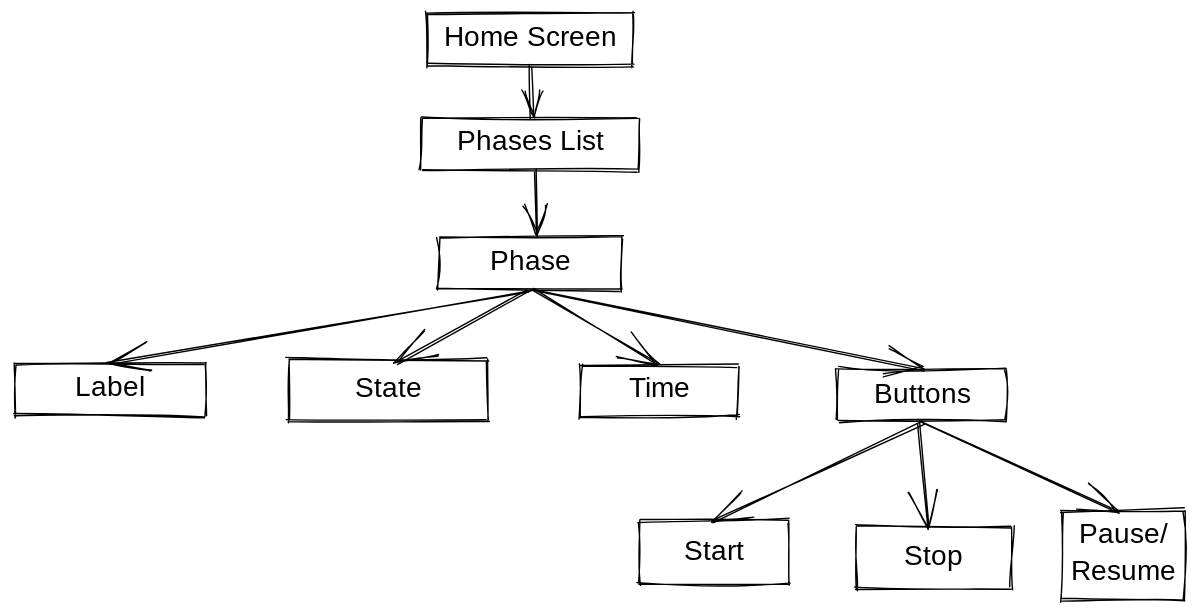
Earlier version of the Excalidraw export .gitbook/assets/file.drawing.svg (AbhyasKanaujia/My-Development-Notebook). Source tidied: one line per element, renumbered; positions are measured from the earlier drawing's top-left corner, leaving out a move shared by most shapes. The source it was exported from:
```json
{"id": 0, "type": "rectangle", "strokeColor": "#000000", "strokeWidth": 1, "roughness": 1, "x": 295, "y": 0, "width": 147, "height": 37}
{"id": 1, "type": "text", "text": "Home Screen", "strokeColor": "#000000", "strokeWidth": 1, "roughness": 1, "fontSize": 20, "fontFamily": 1, "textAlign": "center", "verticalAlign": "middle", "inside": 0, "x": 300, "y": 5, "width": 137, "height": 27}
{"id": 2, "type": "rectangle", "strokeColor": "#000000", "strokeWidth": 1, "roughness": 1, "x": 291, "y": 74, "width": 156, "height": 37}
{"id": 3, "type": "text", "text": "Phases List", "strokeColor": "#000000", "strokeWidth": 1, "roughness": 1, "fontSize": 20, "fontFamily": 1, "textAlign": "center", "verticalAlign": "middle", "inside": 2, "x": 296, "y": 79, "width": 146, "height": 27}
{"id": 4, "type": "rectangle", "strokeColor": "#000000", "strokeWidth": 1, "roughness": 1, "x": 303, "y": 160, "width": 131, "height": 37}
{"id": 5, "type": "text", "text": "Phase", "strokeColor": "#000000", "strokeWidth": 1, "roughness": 1, "fontSize": 20, "fontFamily": 1, "textAlign": "center", "verticalAlign": "middle", "inside": 4, "x": 308, "y": 165, "width": 121, "height": 27}
{"id": 6, "type": "rectangle", "strokeColor": "#000000", "strokeWidth": 1, "roughness": 1, "x": 0, "y": 250, "width": 137, "height": 37}
{"id": 7, "type": "text", "text": "Label", "strokeColor": "#000000", "strokeWidth": 1, "roughness": 1, "fontSize": 20, "fontFamily": 1, "textAlign": "center", "verticalAlign": "middle", "inside": 6, "x": 5, "y": 255, "width": 127, "height": 27}
{"id": 8, "type": "rectangle", "strokeColor": "#000000", "strokeWidth": 1, "roughness": 1, "x": 196, "y": 247, "width": 143, "height": 44}
{"id": 9, "type": "text", "text": "State", "strokeColor": "#000000", "strokeWidth": 1, "roughness": 1, "fontSize": 20, "fontFamily": 1, "textAlign": "center", "verticalAlign": "middle", "inside": 8, "x": 201, "y": 256, "width": 133, "height": 27}
{"id": 10, "type": "rectangle", "strokeColor": "#000000", "strokeWidth": 1, "roughness": 1, "x": 404, "y": 251, "width": 113, "height": 37}
{"id": 11, "type": "text", "text": "Time", "strokeColor": "#000000", "strokeWidth": 1, "roughness": 1, "fontSize": 20, "fontFamily": 1, "textAlign": "center", "verticalAlign": "middle", "inside": 10, "x": 409, "y": 256, "width": 103, "height": 27}
{"id": 12, "type": "rectangle", "strokeColor": "#000000", "strokeWidth": 1, "roughness": 1, "x": 588, "y": 254, "width": 121, "height": 37}
{"id": 13, "type": "text", "text": "Buttons", "strokeColor": "#000000", "strokeWidth": 1, "roughness": 1, "fontSize": 20, "fontFamily": 1, "textAlign": "center", "verticalAlign": "middle", "inside": 12, "x": 593, "y": 260, "width": 111, "height": 27}
{"id": 14, "type": "rectangle", "strokeColor": "#000000", "strokeWidth": 1, "roughness": 1, "x": 447, "y": 362, "width": 107, "height": 46}
{"id": 15, "type": "text", "text": "Start", "strokeColor": "#000000", "strokeWidth": 1, "roughness": 1, "fontSize": 20, "fontFamily": 1, "textAlign": "center", "verticalAlign": "middle", "inside": 14, "x": 452, "y": 372, "width": 97, "height": 27}
{"id": 16, "type": "rectangle", "strokeColor": "#000000", "strokeWidth": 1, "roughness": 1, "x": 601, "y": 366, "width": 111, "height": 44}
{"id": 17, "type": "text", "text": "Stop", "strokeColor": "#000000", "strokeWidth": 1, "roughness": 1, "fontSize": 20, "fontFamily": 1, "textAlign": "center", "verticalAlign": "middle", "inside": 16, "x": 606, "y": 376, "width": 101, "height": 27}
{"id": 18, "type": "rectangle", "strokeColor": "#000000", "strokeWidth": 1, "roughness": 1, "x": 748, "y": 355, "width": 89, "height": 64}
{"id": 19, "type": "text", "text": "Pause/\nResume", "strokeColor": "#000000", "strokeWidth": 1, "roughness": 1, "fontSize": 20, "fontFamily": 1, "textAlign": "center", "verticalAlign": "middle", "inside": 18, "x": 753, "y": 360, "width": 79, "height": 54}
{"id": 20, "type": "arrow", "strokeColor": "#000000", "strokeWidth": 1, "roughness": 1, "endArrowhead": "arrow", "from": 0, "x": 369, "y": 37, "width": 1, "height": 37, "points": [[0, 0], [1, 37]]}
{"id": 21, "type": "arrow", "strokeColor": "#000000", "strokeWidth": 1, "roughness": 1, "endArrowhead": "arrow", "from": 2, "to": 4, "x": 372, "y": 111, "width": 1, "height": 47, "points": [[0, 0], [1, 47]]}
{"id": 22, "type": "arrow", "strokeColor": "#000000", "strokeWidth": 1, "roughness": 1, "endArrowhead": "arrow", "from": 4, "to": 6, "x": 368, "y": 199, "width": 301, "height": 51, "points": [[0, 0], [-301, 51]]}
{"id": 23, "type": "arrow", "strokeColor": "#000000", "strokeWidth": 1, "roughness": 1, "endArrowhead": "arrow", "from": 4, "x": 368, "y": 198, "width": 95, "height": 52, "points": [[0, 0], [-95, 52]]}
{"id": 24, "type": "arrow", "strokeColor": "#000000", "strokeWidth": 1, "roughness": 1, "endArrowhead": "arrow", "to": 10, "x": 370, "y": 196, "width": 89, "height": 54, "points": [[0, 0], [89, 54]]}
{"id": 25, "type": "arrow", "strokeColor": "#000000", "strokeWidth": 1, "roughness": 1, "endArrowhead": "arrow", "from": 4, "x": 372, "y": 197, "width": 278, "height": 57, "points": [[0, 0], [278, 57]]}
{"id": 26, "type": "arrow", "strokeColor": "#000000", "strokeWidth": 1, "roughness": 1, "endArrowhead": "arrow", "from": 12, "x": 649, "y": 292, "width": 151, "height": 71, "points": [[0, 0], [-151, 71]]}
{"id": 27, "type": "arrow", "strokeColor": "#000000", "strokeWidth": 1, "roughness": 1, "endArrowhead": "arrow", "from": 12, "x": 647, "y": 292, "width": 7, "height": 75, "points": [[0, 0], [7, 75]]}
{"id": 28, "type": "arrow", "strokeColor": "#000000", "strokeWidth": 1, "roughness": 1, "endArrowhead": "arrow", "from": 12, "x": 648, "y": 292, "width": 140, "height": 64, "points": [[0, 0], [140, 64]]}
```
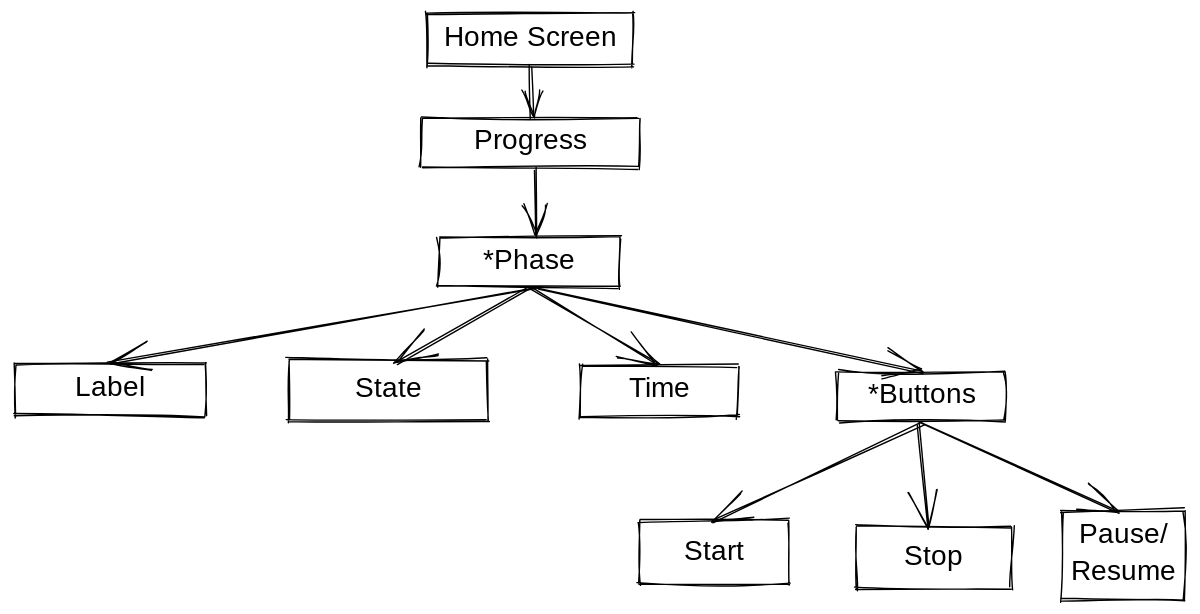
Later version of the same file.

Diff of the diagram source:
```diff
@@ -1,17 +1,17 @@
 {"id": 0, "type": "rectangle", "strokeColor": "#000000", "strokeWidth": 1, "roughness": 1, "x": 295, "y": 0, "width": 147, "height": 37}
 {"id": 1, "type": "text", "text": "Home Screen", "strokeColor": "#000000", "strokeWidth": 1, "roughness": 1, "fontSize": 20, "fontFamily": 1, "textAlign": "center", "verticalAlign": "middle", "inside": 0, "x": 300, "y": 5, "width": 137, "height": 27}
-{"id": 2, "type": "rectangle", "strokeColor": "#000000", "strokeWidth": 1, "roughness": 1, "x": 291, "y": 74, "width": 156, "height": 37}
+{"id": 2, "type": "rectangle", "strokeColor": "#000000", "strokeWidth": 1, "roughness": 1, "x": 291, "y": 74, "width": 156, "height": 35}
-{"id": 3, "type": "text", "text": "Phases List", "strokeColor": "#000000", "strokeWidth": 1, "roughness": 1, "fontSize": 20, "fontFamily": 1, "textAlign": "center", "verticalAlign": "middle", "inside": 2, "x": 296, "y": 79, "width": 146, "height": 27}
+{"id": 3, "type": "text", "text": "Progress", "strokeColor": "#000000", "strokeWidth": 1, "roughness": 1, "fontSize": 20, "fontFamily": 1, "textAlign": "center", "verticalAlign": "middle", "inside": 2, "x": 296, "y": 79, "width": 146, "height": 25}
-{"id": 4, "type": "rectangle", "strokeColor": "#000000", "strokeWidth": 1, "roughness": 1, "x": 303, "y": 160, "width": 131, "height": 37}
+{"id": 4, "type": "rectangle", "strokeColor": "#000000", "strokeWidth": 1, "roughness": 1, "x": 303, "y": 160, "width": 130, "height": 35}
-{"id": 5, "type": "text", "text": "Phase", "strokeColor": "#000000", "strokeWidth": 1, "roughness": 1, "fontSize": 20, "fontFamily": 1, "textAlign": "center", "verticalAlign": "middle", "inside": 4, "x": 308, "y": 165, "width": 121, "height": 27}
+{"id": 5, "type": "text", "text": "*Phase", "strokeColor": "#000000", "strokeWidth": 1, "roughness": 1, "fontSize": 20, "fontFamily": 1, "textAlign": "center", "verticalAlign": "middle", "inside": 4, "x": 308, "y": 165, "width": 120, "height": 25}
 {"id": 6, "type": "rectangle", "strokeColor": "#000000", "strokeWidth": 1, "roughness": 1, "x": 0, "y": 250, "width": 137, "height": 37}
 {"id": 7, "type": "text", "text": "Label", "strokeColor": "#000000", "strokeWidth": 1, "roughness": 1, "fontSize": 20, "fontFamily": 1, "textAlign": "center", "verticalAlign": "middle", "inside": 6, "x": 5, "y": 255, "width": 127, "height": 27}
 {"id": 8, "type": "rectangle", "strokeColor": "#000000", "strokeWidth": 1, "roughness": 1, "x": 196, "y": 247, "width": 143, "height": 44}
 {"id": 9, "type": "text", "text": "State", "strokeColor": "#000000", "strokeWidth": 1, "roughness": 1, "fontSize": 20, "fontFamily": 1, "textAlign": "center", "verticalAlign": "middle", "inside": 8, "x": 201, "y": 256, "width": 133, "height": 27}
 {"id": 10, "type": "rectangle", "strokeColor": "#000000", "strokeWidth": 1, "roughness": 1, "x": 404, "y": 251, "width": 113, "height": 37}
 {"id": 11, "type": "text", "text": "Time", "strokeColor": "#000000", "strokeWidth": 1, "roughness": 1, "fontSize": 20, "fontFamily": 1, "textAlign": "center", "verticalAlign": "middle", "inside": 10, "x": 409, "y": 256, "width": 103, "height": 27}
-{"id": 12, "type": "rectangle", "strokeColor": "#000000", "strokeWidth": 1, "roughness": 1, "x": 588, "y": 254, "width": 121, "height": 37}
+{"id": 12, "type": "rectangle", "strokeColor": "#000000", "strokeWidth": 1, "roughness": 1, "x": 588, "y": 256, "width": 120, "height": 35}
-{"id": 13, "type": "text", "text": "Buttons", "strokeColor": "#000000", "strokeWidth": 1, "roughness": 1, "fontSize": 20, "fontFamily": 1, "textAlign": "center", "verticalAlign": "middle", "inside": 12, "x": 593, "y": 260, "width": 111, "height": 27}
+{"id": 13, "type": "text", "text": "*Buttons", "strokeColor": "#000000", "strokeWidth": 1, "roughness": 1, "fontSize": 20, "fontFamily": 1, "textAlign": "center", "verticalAlign": "middle", "inside": 12, "x": 593, "y": 261, "width": 110, "height": 25}
 {"id": 14, "type": "rectangle", "strokeColor": "#000000", "strokeWidth": 1, "roughness": 1, "x": 447, "y": 362, "width": 107, "height": 46}
 {"id": 15, "type": "text", "text": "Start", "strokeColor": "#000000", "strokeWidth": 1, "roughness": 1, "fontSize": 20, "fontFamily": 1, "textAlign": "center", "verticalAlign": "middle", "inside": 14, "x": 452, "y": 372, "width": 97, "height": 27}
 {"id": 16, "type": "rectangle", "strokeColor": "#000000", "strokeWidth": 1, "roughness": 1, "x": 601, "y": 366, "width": 111, "height": 44}
@@ -19,11 +19,11 @@
 {"id": 18, "type": "rectangle", "strokeColor": "#000000", "strokeWidth": 1, "roughness": 1, "x": 748, "y": 355, "width": 89, "height": 64}
 {"id": 19, "type": "text", "text": "Pause/\nResume", "strokeColor": "#000000", "strokeWidth": 1, "roughness": 1, "fontSize": 20, "fontFamily": 1, "textAlign": "center", "verticalAlign": "middle", "inside": 18, "x": 753, "y": 360, "width": 79, "height": 54}
 {"id": 20, "type": "arrow", "strokeColor": "#000000", "strokeWidth": 1, "roughness": 1, "endArrowhead": "arrow", "from": 0, "x": 369, "y": 37, "width": 1, "height": 37, "points": [[0, 0], [1, 37]]}
-{"id": 21, "type": "arrow", "strokeColor": "#000000", "strokeWidth": 1, "roughness": 1, "endArrowhead": "arrow", "from": 2, "to": 4, "x": 372, "y": 111, "width": 1, "height": 47, "points": [[0, 0], [1, 47]]}
+{"id": 21, "type": "arrow", "strokeColor": "#000000", "strokeWidth": 1, "roughness": 1, "endArrowhead": "arrow", "from": 2, "to": 4, "x": 372, "y": 110, "width": 0, "height": 49, "points": [[0, 0], [0, 49]]}
-{"id": 22, "type": "arrow", "strokeColor": "#000000", "strokeWidth": 1, "roughness": 1, "endArrowhead": "arrow", "from": 4, "to": 6, "x": 368, "y": 199, "width": 301, "height": 51, "points": [[0, 0], [-301, 51]]}
+{"id": 22, "type": "arrow", "strokeColor": "#000000", "strokeWidth": 1, "roughness": 1, "endArrowhead": "arrow", "from": 4, "to": 6, "x": 373, "y": 196, "width": 306, "height": 53, "points": [[0, 0], [-306, 53]]}
-{"id": 23, "type": "arrow", "strokeColor": "#000000", "strokeWidth": 1, "roughness": 1, "endArrowhead": "arrow", "from": 4, "x": 368, "y": 198, "width": 95, "height": 52, "points": [[0, 0], [-95, 52]]}
+{"id": 23, "type": "arrow", "strokeColor": "#000000", "strokeWidth": 1, "roughness": 1, "endArrowhead": "arrow", "from": 4, "x": 369, "y": 196, "width": 95, "height": 54, "points": [[0, 0], [-95, 54]]}
-{"id": 24, "type": "arrow", "strokeColor": "#000000", "strokeWidth": 1, "roughness": 1, "endArrowhead": "arrow", "to": 10, "x": 370, "y": 196, "width": 89, "height": 54, "points": [[0, 0], [89, 54]]}
+{"id": 24, "type": "arrow", "strokeColor": "#000000", "strokeWidth": 1, "roughness": 1, "endArrowhead": "arrow", "from": 4, "to": 10, "x": 370, "y": 196, "width": 89, "height": 54, "points": [[0, 0], [89, 54]]}
-{"id": 25, "type": "arrow", "strokeColor": "#000000", "strokeWidth": 1, "roughness": 1, "endArrowhead": "arrow", "from": 4, "x": 372, "y": 197, "width": 278, "height": 57, "points": [[0, 0], [278, 57]]}
+{"id": 25, "type": "arrow", "strokeColor": "#000000", "strokeWidth": 1, "roughness": 1, "endArrowhead": "arrow", "from": 4, "x": 374, "y": 196, "width": 274, "height": 60, "points": [[0, 0], [274, 60]]}
-{"id": 26, "type": "arrow", "strokeColor": "#000000", "strokeWidth": 1, "roughness": 1, "endArrowhead": "arrow", "from": 12, "x": 649, "y": 292, "width": 151, "height": 71, "points": [[0, 0], [-151, 71]]}
+{"id": 26, "type": "arrow", "strokeColor": "#000000", "strokeWidth": 1, "roughness": 1, "endArrowhead": "arrow", "from": 12, "x": 650, "y": 292, "width": 151, "height": 71, "points": [[0, 0], [-151, 71]]}
-{"id": 27, "type": "arrow", "strokeColor": "#000000", "strokeWidth": 1, "roughness": 1, "endArrowhead": "arrow", "from": 12, "x": 647, "y": 292, "width": 7, "height": 75, "points": [[0, 0], [7, 75]]}
+{"id": 27, "type": "arrow", "strokeColor": "#000000", "strokeWidth": 1, "roughness": 1, "endArrowhead": "arrow", "from": 12, "x": 646, "y": 292, "width": 7, "height": 75, "points": [[0, 0], [7, 75]]}
-{"id": 28, "type": "arrow", "strokeColor": "#000000", "strokeWidth": 1, "roughness": 1, "endArrowhead": "arrow", "from": 12, "x": 648, "y": 292, "width": 140, "height": 64, "points": [[0, 0], [140, 64]]}
+{"id": 28, "type": "arrow", "strokeColor": "#000000", "strokeWidth": 1, "roughness": 1, "endArrowhead": "arrow", "from": 12, "x": 647, "y": 292, "width": 141, "height": 64, "points": [[0, 0], [141, 64]]}
```
